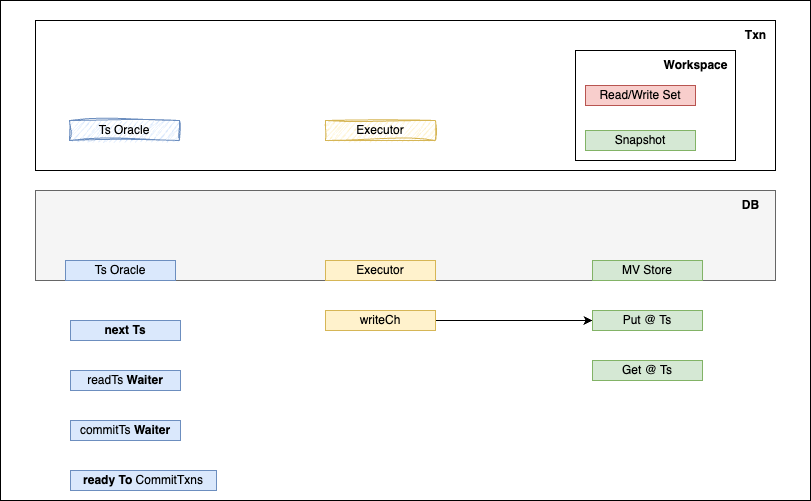
Before: docs/imgs/img2.png, a diagram exported from draw.io (dborchard/tiny-txn). Source tidied: cells renumbered, new cells last; positions are measured from the earlier drawing's top-left corner, leaving out a move shared by most shapes.
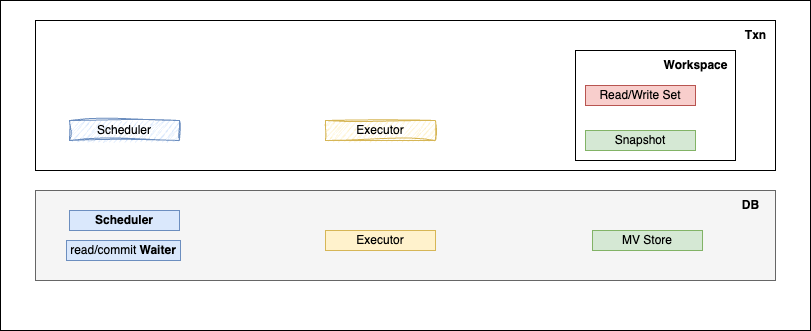
After the commit.

What changed in the source:
```diff
@@ -3,7 +3,7 @@
     <mxCell id="0" />
     <mxCell id="1" parent="0" />
     <mxCell id="2" style="whiteSpace=wrap;html=1;" parent="1" vertex="1">
-      <mxGeometry width="810" height="500" as="geometry" />
+      <mxGeometry width="810" height="330" as="geometry" />
     </mxCell>
     <mxCell id="3" style="whiteSpace=wrap;html=1;fillColor=#f5f5f5;strokeColor=#666666;fontColor=#333333;" parent="1" vertex="1">
       <mxGeometry x="35" y="190" width="740" height="90" as="geometry" />
@@ -12,7 +12,7 @@
       <mxGeometry x="35" y="20" width="740" height="150" as="geometry" />
     </mxCell>
     <mxCell id="5" value="MV Store" style="whiteSpace=wrap;html=1;fillColor=#d5e8d4;strokeColor=#82b366;" parent="1" vertex="1">
-      <mxGeometry x="592" y="260" width="110" height="20" as="geometry" />
+      <mxGeometry x="592" y="230" width="110" height="20" as="geometry" />
     </mxCell>
     <mxCell id="6" style="whiteSpace=wrap;html=1;" parent="1" vertex="1">
       <mxGeometry x="575" y="50" width="160" height="110" as="geometry" />
@@ -20,46 +20,30 @@
     <mxCell id="7" value="Read/Write Set" style="whiteSpace=wrap;html=1;fillColor=#f8cecc;strokeColor=#b85450;" parent="1" vertex="1">
       <mxGeometry x="585" y="85" width="110" height="20" as="geometry" />
     </mxCell>
-    <mxCell id="8" value="Ts Oracle" style="whiteSpace=wrap;html=1;fillColor=#dae8fc;strokeColor=#6c8ebf;" parent="1" vertex="1">
-      <mxGeometry x="65" y="260" width="110" height="20" as="geometry" />
+    <mxCell id="8" value="&lt;b&gt;Scheduler&lt;/b&gt;" style="whiteSpace=wrap;html=1;fillColor=#dae8fc;strokeColor=#6c8ebf;" parent="1" vertex="1">
+      <mxGeometry x="69" y="210" width="110" height="20" as="geometry" />
     </mxCell>
-    <mxCell id="9" value="readTs &lt;b&gt;Waiter&lt;/b&gt;" style="whiteSpace=wrap;html=1;fillColor=#dae8fc;strokeColor=#6c8ebf;" parent="1" vertex="1">
-      <mxGeometry x="70" y="370" width="110" height="20" as="geometry" />
+    <mxCell id="9" value="read/commit&amp;nbsp;&lt;b&gt;Waiter&lt;/b&gt;" style="whiteSpace=wrap;html=1;fillColor=#dae8fc;strokeColor=#6c8ebf;" parent="1" vertex="1">
+      <mxGeometry x="66" y="240" width="114" height="20" as="geometry" />
     </mxCell>
-    <mxCell id="10" value="commitTs &lt;b&gt;Waiter&lt;/b&gt;" style="whiteSpace=wrap;html=1;fillColor=#dae8fc;strokeColor=#6c8ebf;" parent="1" vertex="1">
-      <mxGeometry x="70" y="420" width="110" height="20" as="geometry" />
-    </mxCell>
-    <mxCell id="11" value="&lt;b&gt;ready To&lt;/b&gt; CommitTxns" style="whiteSpace=wrap;html=1;fillColor=#dae8fc;strokeColor=#6c8ebf;" parent="1" vertex="1">
-      <mxGeometry x="70" y="470" width="146" height="20" as="geometry" />
-    </mxCell>
     <mxCell id="12" value="Executor" style="whiteSpace=wrap;html=1;fillColor=#fff2cc;strokeColor=#d6b656;" parent="1" vertex="1">
-      <mxGeometry x="325" y="260" width="110" height="20" as="geometry" />
+      <mxGeometry x="325" y="230" width="110" height="20" as="geometry" />
     </mxCell>
     <mxCell id="13" value="Snapshot" style="whiteSpace=wrap;html=1;fillColor=#d5e8d4;strokeColor=#82b366;" parent="1" vertex="1">
       <mxGeometry x="585" y="130" width="110" height="20" as="geometry" />
     </mxCell>
-    <mxCell id="14" style="edgeStyle=orthogonalEdgeStyle;rounded=0;jettySize=auto;html=1;entryX=0;entryY=0.5;entryDx=0;entryDy=0;" parent="1" edge="1" source="15" target="18">
-      <mxGeometry relative="1" as="geometry" />
+    <mxCell id="14" style="edgeStyle=orthogonalEdgeStyle;rounded=0;orthogonalLoop=1;jettySize=auto;html=1;entryX=0;entryY=0.5;entryDx=0;entryDy=0;" parent="1" edge="1">
+      <mxGeometry relative="1" as="geometry">
+        <mxPoint x="435" y="320" as="sourcePoint" />
+      </mxGeometry>
     </mxCell>
-    <mxCell id="15" value="writeCh" style="whiteSpace=wrap;html=1;fillColor=#fff2cc;strokeColor=#d6b656;" parent="1" vertex="1">
-      <mxGeometry x="325" y="310" width="110" height="20" as="geometry" />
-    </mxCell>
     <mxCell id="16" value="&lt;b&gt;Txn&lt;/b&gt;" style="text;html=1;align=center;verticalAlign=middle;strokeColor=none;fillColor=none;" parent="1" vertex="1">
       <mxGeometry x="735" y="20" width="40" height="30" as="geometry" />
     </mxCell>
-    <mxCell id="17" value="&lt;b&gt;next Ts&lt;/b&gt;" style="whiteSpace=wrap;html=1;fillColor=#dae8fc;strokeColor=#6c8ebf;" parent="1" vertex="1">
-      <mxGeometry x="70" y="320" width="110" height="20" as="geometry" />
-    </mxCell>
-    <mxCell id="18" value="Put @ Ts" style="whiteSpace=wrap;html=1;fillColor=#d5e8d4;strokeColor=#82b366;" parent="1" vertex="1">
-      <mxGeometry x="592" y="310" width="110" height="20" as="geometry" />
-    </mxCell>
     <mxCell id="19" value="&lt;b&gt;Workspace&lt;/b&gt;" style="text;html=1;align=center;verticalAlign=middle;strokeColor=none;fillColor=none;" parent="1" vertex="1">
       <mxGeometry x="650" y="50" width="90" height="30" as="geometry" />
     </mxCell>
-    <mxCell id="20" value="Get @ Ts" style="whiteSpace=wrap;html=1;fillColor=#d5e8d4;strokeColor=#82b366;" parent="1" vertex="1">
-      <mxGeometry x="592" y="360" width="110" height="20" as="geometry" />
-    </mxCell>
-    <mxCell id="21" value="Ts Oracle" style="whiteSpace=wrap;html=1;fillColor=#dae8fc;strokeColor=#6c8ebf;sketch=1;curveFitting=1;jiggle=2;" parent="1" vertex="1">
+    <mxCell id="21" value="Scheduler" style="whiteSpace=wrap;html=1;fillColor=#dae8fc;strokeColor=#6c8ebf;sketch=1;curveFitting=1;jiggle=2;" parent="1" vertex="1">
       <mxGeometry x="69" y="120" width="110" height="20" as="geometry" />
     </mxCell>
     <mxCell id="22" value="Executor" style="whiteSpace=wrap;html=1;fillColor=#fff2cc;strokeColor=#d6b656;sketch=1;curveFitting=1;jiggle=2;" parent="1" vertex="1">
```
